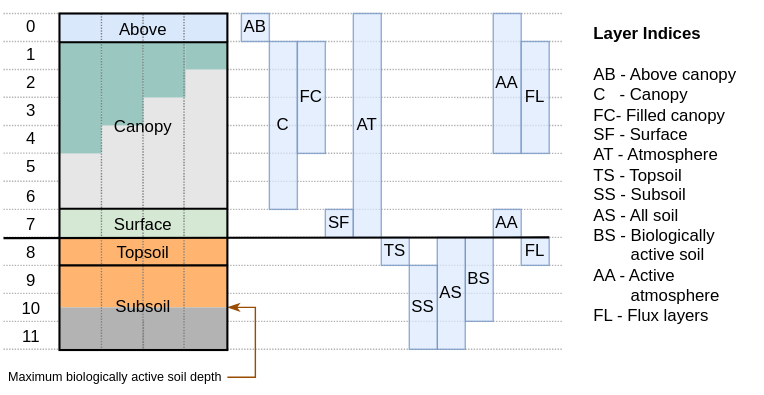
This is docs/source/_static/images/layer_structure.svg from ImperialCollegeLondon/virtual_ecosystem, a draw.io export, as it was before one commit. Source tidied: cells renumbered, new cells last; positions are measured from the earlier drawing's top-left corner, leaving out a move shared by most shapes.
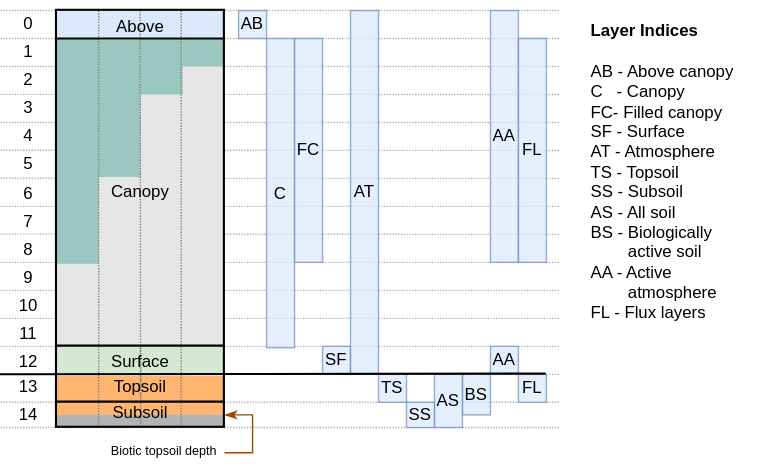
The same diagram one commit later.

Commit message:
Updated layer structure diagram to fix #1514 and remove mention of maximum depth of microbial activity

What changed in the source:
```diff
@@ -83,27 +83,54 @@
     <mxCell id="15" value="&lt;b&gt;Layer Indices&lt;/b&gt;&lt;br&gt;&lt;br&gt;AB - Above canopy&lt;br&gt;C&amp;nbsp; &amp;nbsp;- Canopy&lt;br&gt;FC- Filled canopy&lt;br&gt;SF - Surface&lt;br&gt;AT - Atmosphere&lt;br&gt;TS - Topsoil&lt;br&gt;SS - Subsoil&lt;br&gt;AS - All soil&lt;br&gt;BS - Biologically&lt;br&gt;&amp;nbsp; &amp;nbsp; &amp;nbsp; &amp;nbsp; active soil&lt;br&gt;AA - Active &lt;br&gt;&amp;nbsp; &amp;nbsp; &amp;nbsp; &amp;nbsp; atmosphere&lt;br&gt;FL - Flux layers" style="text;html=1;strokeColor=none;fillColor=none;align=left;verticalAlign=top;whiteSpace=wrap;rounded=0;" parent="1" vertex="1">
       <mxGeometry x="420" y="1" width="120" height="239" as="geometry" />
     </mxCell>
+    <mxCell id="71" value="12" style="text;html=1;strokeColor=none;fillColor=none;align=center;verticalAlign=middle;whiteSpace=wrap;rounded=0;strokeWidth=1;" parent="1" vertex="1">
+      <mxGeometry x="10" y="243" width="20" height="15" as="geometry" />
+    </mxCell>
+    <mxCell id="72" style="endArrow=none;dashed=1;html=1;rounded=0;strokeWidth=1;dashPattern=1 1;strokeColor=#B3B3B3;" parent="1" edge="1">
+      <mxGeometry relative="1" as="geometry">
+        <mxPoint y="260" as="sourcePoint" />
+        <mxPoint x="400" y="260" as="targetPoint" />
+      </mxGeometry>
+    </mxCell>
+    <mxCell id="73" style="endArrow=none;dashed=1;html=1;rounded=0;strokeWidth=1;dashPattern=1 1;strokeColor=#B3B3B3;" parent="1" edge="1">
+      <mxGeometry relative="1" as="geometry">
+        <mxPoint y="280" as="sourcePoint" />
+        <mxPoint x="400" y="280" as="targetPoint" />
+      </mxGeometry>
+    </mxCell>
+    <mxCell id="74" value="13" style="text;html=1;strokeColor=none;fillColor=none;align=center;verticalAlign=middle;whiteSpace=wrap;rounded=0;strokeWidth=1;" parent="1" vertex="1">
+      <mxGeometry x="10" y="262" width="20" height="15" as="geometry" />
+    </mxCell>
+    <mxCell id="75" value="14" style="text;html=1;strokeColor=none;fillColor=none;align=center;verticalAlign=middle;whiteSpace=wrap;rounded=0;strokeWidth=1;" parent="1" vertex="1">
+      <mxGeometry x="10" y="281" width="20" height="15" as="geometry" />
+    </mxCell>
+    <mxCell id="76" style="endArrow=none;dashed=1;html=1;rounded=0;strokeWidth=1;dashPattern=1 1;strokeColor=#B3B3B3;" parent="1" edge="1">
+      <mxGeometry relative="1" as="geometry">
+        <mxPoint y="298" as="sourcePoint" />
+        <mxPoint x="400" y="298" as="targetPoint" />
+      </mxGeometry>
+    </mxCell>
     <mxCell id="16" value="Shading" parent="0" />
     <mxCell id="17" style="rounded=0;whiteSpace=wrap;html=1;fillColor=#dae8fc;strokeColor=none;" parent="16" vertex="1">
       <mxGeometry x="40" width="120" height="20" as="geometry" />
     </mxCell>
     <mxCell id="18" style="rounded=0;whiteSpace=wrap;html=1;fillColor=#E6E6E6;strokeColor=none;" parent="16" vertex="1">
-      <mxGeometry x="40" y="20" width="120" height="120" as="geometry" />
+      <mxGeometry x="40" y="20" width="120" height="224" as="geometry" />
     </mxCell>
     <mxCell id="19" style="rounded=0;whiteSpace=wrap;html=1;fillColor=#d5e8d4;strokeColor=none;" parent="16" vertex="1">
-      <mxGeometry x="40" y="140" width="120" height="20" as="geometry" />
+      <mxGeometry x="40" y="240" width="120" height="20" as="geometry" />
     </mxCell>
     <mxCell id="20" style="rounded=0;whiteSpace=wrap;html=1;fillColor=#FFB570;strokeColor=none;" parent="16" vertex="1">
-      <mxGeometry x="40" y="160" width="120" height="50" as="geometry" />
+      <mxGeometry x="40" y="261" width="120" height="32" as="geometry" />
     </mxCell>
     <mxCell id="21" style="rounded=0;whiteSpace=wrap;html=1;fillColor=#B3B3B3;strokeColor=none;" parent="16" vertex="1">
-      <mxGeometry x="40" y="210" width="120" height="30" as="geometry" />
+      <mxGeometry x="40" y="289" width="120" height="9" as="geometry" />
     </mxCell>
     <mxCell id="22" style="rounded=0;whiteSpace=wrap;html=1;fillColor=#9AC7BF;strokeColor=none;" parent="16" vertex="1">
-      <mxGeometry x="40" y="20" width="30" height="80" as="geometry" />
+      <mxGeometry x="40" y="20" width="30" height="161" as="geometry" />
     </mxCell>
     <mxCell id="23" style="rounded=0;whiteSpace=wrap;html=1;fillColor=#9AC7BF;strokeColor=none;" parent="16" vertex="1">
-      <mxGeometry x="70" y="20" width="30" height="60" as="geometry" />
+      <mxGeometry x="70" y="21" width="30" height="98" as="geometry" />
     </mxCell>
     <mxCell id="24" style="rounded=0;whiteSpace=wrap;html=1;fillColor=#9AC7BF;strokeColor=none;" parent="16" vertex="1">
       <mxGeometry x="100" y="20" width="30" height="40" as="geometry" />
@@ -112,13 +139,13 @@
     <mxCell id="26" style="endArrow=none;dashed=1;html=1;rounded=0;strokeWidth=1;dashPattern=1 1;strokeColor=#808080;" parent="25" edge="1">
       <mxGeometry relative="1" as="geometry">
         <mxPoint x="70" as="sourcePoint" />
-        <mxPoint x="70" y="240" as="targetPoint" />
+        <mxPoint x="70" y="298" as="targetPoint" />
       </mxGeometry>
     </mxCell>
     <mxCell id="27" style="endArrow=none;dashed=1;html=1;rounded=0;strokeWidth=1;dashPattern=1 1;strokeColor=#808080;" parent="25" edge="1">
       <mxGeometry relative="1" as="geometry">
         <mxPoint x="129" as="sourcePoint" />
-        <mxPoint x="129" y="240" as="targetPoint" />
+        <mxPoint x="129" y="298" as="targetPoint" />
       </mxGeometry>
     </mxCell>
     <mxCell id="28" style="endArrow=none;dashed=1;html=1;rounded=0;strokeWidth=1;dashPattern=1 1;strokeColor=#808080;" parent="25" edge="1" source="63">
@@ -132,18 +159,18 @@
     <mxCell id="30" style="endArrow=none;dashed=1;html=1;rounded=0;strokeWidth=1;dashPattern=1 1;strokeColor=#808080;" parent="25" edge="1">
       <mxGeometry relative="1" as="geometry">
         <mxPoint x="99.7" y="0.5" as="sourcePoint" />
-        <mxPoint x="99.7" y="240.5" as="targetPoint" />
+        <mxPoint x="100" y="298" as="targetPoint" />
       </mxGeometry>
     </mxCell>
     <mxCell id="31" value="Main" parent="0" />
     <mxCell id="32" value="C" style="rounded=0;whiteSpace=wrap;html=1;fillColor=#dae8fc;strokeColor=#6c8ebf;opacity=70;" parent="31" vertex="1">
-      <mxGeometry x="190" y="20" width="20" height="120" as="geometry" />
+      <mxGeometry x="190" y="20" width="20" height="221" as="geometry" />
     </mxCell>
-    <mxCell id="33" value="FC" style="rounded=0;whiteSpace=wrap;html=1;fillColor=#dae8fc;strokeColor=#6c8ebf;opacity=70;" parent="31" vertex="1">
-      <mxGeometry x="210" y="20" width="20" height="80" as="geometry" />
+    <mxCell id="33" value="FC" style="rounded=0;whiteSpace=wrap;html=1;fillColor=#dae8fc;strokeColor=#6c8ebf;opacity=70;rotation=0;" parent="31" vertex="1">
+      <mxGeometry x="210" y="20" width="20" height="160" as="geometry" />
     </mxCell>
     <mxCell id="34" value="SF" style="rounded=0;whiteSpace=wrap;html=1;fillColor=#dae8fc;strokeColor=#6c8ebf;opacity=70;" parent="31" vertex="1">
-      <mxGeometry x="230" y="140" width="20" height="20" as="geometry" />
+      <mxGeometry x="230" y="240" width="20" height="20" as="geometry" />
     </mxCell>
     <mxCell id="35" value="AB" style="rounded=0;whiteSpace=wrap;html=1;fillColor=#dae8fc;strokeColor=#6c8ebf;opacity=70;" parent="31" vertex="1">
       <mxGeometry x="170" width="20" height="20" as="geometry" />
@@ -152,22 +179,17 @@
       <mxGeometry x="70" y="0.5" width="60" height="20" as="geometry" />
     </mxCell>
     <mxCell id="37" value="Canopy" style="text;html=1;strokeColor=none;fillColor=none;align=center;verticalAlign=middle;whiteSpace=wrap;rounded=0;" parent="31" vertex="1">
-      <mxGeometry x="70" y="65.5" width="60" height="30" as="geometry" />
+      <mxGeometry x="70" y="115" width="60" height="30" as="geometry" />
     </mxCell>
     <mxCell id="38" value="Topsoil" style="text;html=1;strokeColor=none;fillColor=none;align=center;verticalAlign=middle;whiteSpace=wrap;rounded=0;" parent="31" vertex="1">
-      <mxGeometry x="70" y="155.5" width="60" height="30" as="geometry" />
+      <mxGeometry x="70" y="254" width="60" height="30" as="geometry" />
     </mxCell>
     <mxCell id="39" value="Surface" style="text;html=1;strokeColor=none;fillColor=none;align=center;verticalAlign=middle;whiteSpace=wrap;rounded=0;" parent="31" vertex="1">
-      <mxGeometry x="70" y="135.5" width="60" height="30" as="geometry" />
+      <mxGeometry x="70" y="235.5" width="60" height="30" as="geometry" />
     </mxCell>
-    <mxCell id="40" value="Maximum biologically active soil depth" style="text;html=1;strokeColor=none;fillColor=none;align=center;verticalAlign=middle;whiteSpace=wrap;rounded=0;fontSize=9;" parent="31" vertex="1">
-      <mxGeometry y="250" width="160" height="20" as="geometry" />
+    <mxCell id="40" value="Biotic topsoil depth" style="text;html=1;strokeColor=none;fillColor=none;align=center;verticalAlign=middle;whiteSpace=wrap;rounded=0;fontSize=9;" parent="31" vertex="1">
+      <mxGeometry x="37" y="305" width="160" height="20" as="geometry" />
     </mxCell>
-    <mxCell id="41" style="endArrow=none;html=1;rounded=0;strokeColor=#000000;startArrow=none;" parent="31" edge="1" source="20">
-      <mxGeometry relative="1" as="geometry">
-        <mxPoint x="160" y="180.5" as="targetPoint" />
-      </mxGeometry>
-    </mxCell>
     <mxCell id="42" value="8" style="text;html=1;strokeColor=none;fillColor=none;align=center;verticalAlign=middle;whiteSpace=wrap;rounded=0;strokeWidth=1;" parent="31" vertex="1">
       <mxGeometry x="10" y="163" width="20" height="15" as="geometry" />
     </mxCell>
@@ -204,55 +226,56 @@
     <mxCell id="53" value="0" style="text;html=1;strokeColor=none;fillColor=none;align=center;verticalAlign=middle;whiteSpace=wrap;rounded=0;strokeWidth=1;" parent="31" vertex="1">
       <mxGeometry x="10" y="2.5" width="20" height="15" as="geometry" />
     </mxCell>
-    <mxCell id="54" value="AT" style="rounded=0;whiteSpace=wrap;html=1;fillColor=#dae8fc;strokeColor=#6c8ebf;opacity=70;" parent="31" vertex="1">
-      <mxGeometry x="250" width="20" height="160" as="geometry" />
+    <mxCell id="54" value="AT" style="rounded=0;whiteSpace=wrap;html=1;fillColor=#dae8fc;strokeColor=#6c8ebf;opacity=70;rotation=0;" parent="31" vertex="1">
+      <mxGeometry x="250" width="20" height="260" as="geometry" />
     </mxCell>
-    <mxCell id="55" value="AA" style="rounded=0;whiteSpace=wrap;html=1;fillColor=#dae8fc;strokeColor=#6c8ebf;opacity=70;" parent="31" vertex="1">
-      <mxGeometry x="350" width="20" height="100" as="geometry" />
+    <mxCell id="55" value="AA" style="rounded=0;whiteSpace=wrap;html=1;fillColor=#dae8fc;strokeColor=#6c8ebf;opacity=70;rotation=0;" parent="31" vertex="1">
+      <mxGeometry x="350" width="20" height="180" as="geometry" />
     </mxCell>
-    <mxCell id="56" value="FL" style="rounded=0;whiteSpace=wrap;html=1;fillColor=#dae8fc;strokeColor=#6c8ebf;opacity=70;" parent="31" vertex="1">
-      <mxGeometry x="370" y="20" width="20" height="80" as="geometry" />
+    <mxCell id="56" value="FL" style="rounded=0;whiteSpace=wrap;html=1;fillColor=#dae8fc;strokeColor=#6c8ebf;opacity=70;rotation=0;" parent="31" vertex="1">
+      <mxGeometry x="370" y="20" width="20" height="160" as="geometry" />
     </mxCell>
     <mxCell id="57" value="FL" style="rounded=0;whiteSpace=wrap;html=1;fillColor=#dae8fc;strokeColor=#6c8ebf;opacity=70;" parent="31" vertex="1">
-      <mxGeometry x="370" y="160" width="20" height="20" as="geometry" />
+      <mxGeometry x="370" y="260" width="20" height="20" as="geometry" />
     </mxCell>
     <mxCell id="58" value="AA" style="rounded=0;whiteSpace=wrap;html=1;fillColor=#dae8fc;strokeColor=#6c8ebf;opacity=70;" parent="31" vertex="1">
-      <mxGeometry x="350" y="140" width="20" height="20" as="geometry" />
+      <mxGeometry x="350" y="240" width="20" height="20" as="geometry" />
     </mxCell>
     <mxCell id="59" value="BS" style="rounded=0;whiteSpace=wrap;html=1;fillColor=#dae8fc;strokeColor=#6c8ebf;opacity=70;" parent="31" vertex="1">
-      <mxGeometry x="330" y="160" width="20" height="60" as="geometry" />
+      <mxGeometry x="330" y="260" width="20" height="29" as="geometry" />
     </mxCell>
-    <mxCell id="60" value="AS" style="rounded=0;whiteSpace=wrap;html=1;fillColor=#dae8fc;strokeColor=#6c8ebf;opacity=70;" parent="31" vertex="1">
-      <mxGeometry x="310" y="160" width="20" height="80" as="geometry" />
+    <mxCell id="60" value="AS" style="rounded=0;whiteSpace=wrap;html=1;fillColor=#dae8fc;strokeColor=#6c8ebf;opacity=70;rotation=0;" parent="31" vertex="1">
+      <mxGeometry x="310" y="260" width="20" height="38" as="geometry" />
     </mxCell>
     <mxCell id="61" value="SS" style="rounded=0;whiteSpace=wrap;html=1;fillColor=#dae8fc;strokeColor=#6c8ebf;opacity=70;" parent="31" vertex="1">
-      <mxGeometry x="290" y="180" width="20" height="60" as="geometry" />
+      <mxGeometry x="290" y="280" width="20" height="18" as="geometry" />
     </mxCell>
     <mxCell id="62" value="TS" style="rounded=0;whiteSpace=wrap;html=1;fillColor=#dae8fc;strokeColor=#6c8ebf;opacity=70;" parent="31" vertex="1">
-      <mxGeometry x="270" y="160" width="20" height="20" as="geometry" />
+      <mxGeometry x="270" y="260" width="20" height="20" as="geometry" />
     </mxCell>
     <mxCell id="63" value="Subsoil" style="text;html=1;strokeColor=none;fillColor=none;align=center;verticalAlign=middle;whiteSpace=wrap;rounded=0;" parent="31" vertex="1">
-      <mxGeometry x="70" y="200" width="60" height="20" as="geometry" />
+      <mxGeometry x="70" y="278" width="60" height="20" as="geometry" />
     </mxCell>
     <mxCell id="64" style="endArrow=none;html=1;rounded=0;fontSize=9;strokeColor=#994C00;strokeWidth=1;endFill=0;startArrow=classicThin;startFill=1;" parent="31" edge="1">
       <mxGeometry relative="1" as="geometry">
-        <mxPoint x="160" y="210" as="sourcePoint" />
-        <mxPoint x="160" y="260" as="targetPoint" />
+        <mxPoint x="160" y="289" as="sourcePoint" />
+        <mxPoint x="160" y="316" as="targetPoint" />
         <Array as="points">
-          <mxPoint x="180" y="210" />
-          <mxPoint x="180" y="260" />
+          <mxPoint x="180" y="289" />
+          <mxPoint x="180" y="316" />
+          <mxPoint x="169" y="316" />
         </Array>
       </mxGeometry>
     </mxCell>
     <mxCell id="65" value="Overlay" parent="0" />
     <mxCell id="66" style="endArrow=none;html=1;rounded=0;strokeWidth=1.5;" parent="65" edge="1">
       <mxGeometry relative="1" as="geometry">
-        <mxPoint y="160.5" as="sourcePoint" />
-        <mxPoint x="390" y="160" as="targetPoint" />
+        <mxPoint y="260.5" as="sourcePoint" />
+        <mxPoint x="390" y="260" as="targetPoint" />
       </mxGeometry>
     </mxCell>
     <mxCell id="67" style="rounded=0;whiteSpace=wrap;html=1;fillColor=none;strokeWidth=1.5;" parent="65" vertex="1">
-      <mxGeometry x="40" width="120" height="240.5" as="geometry" />
+      <mxGeometry x="40" width="120" height="298" as="geometry" />
     </mxCell>
     <mxCell id="68" style="endArrow=none;html=1;rounded=0;strokeColor=#000000;strokeWidth=1.5;" parent="65" edge="1">
       <mxGeometry relative="1" as="geometry">
@@ -262,14 +285,14 @@
     </mxCell>
     <mxCell id="69" style="endArrow=none;html=1;rounded=0;strokeColor=#000000;strokeWidth=1.5;" parent="65" edge="1">
       <mxGeometry relative="1" as="geometry">
-        <mxPoint x="40" y="139.5" as="sourcePoint" />
-        <mxPoint x="160" y="139.5" as="targetPoint" />
+        <mxPoint x="40" y="240" as="sourcePoint" />
+        <mxPoint x="160" y="240" as="targetPoint" />
       </mxGeometry>
     </mxCell>
     <mxCell id="70" style="endArrow=none;html=1;rounded=0;strokeColor=#000000;strokeWidth=1.5;" parent="65" edge="1">
       <mxGeometry relative="1" as="geometry">
-        <mxPoint x="40" y="180" as="sourcePoint" />
-        <mxPoint x="160" y="180" as="targetPoint" />
+        <mxPoint x="40" y="280" as="sourcePoint" />
+        <mxPoint x="160" y="280" as="targetPoint" />
       </mxGeometry>
     </mxCell>
   </root>
```
